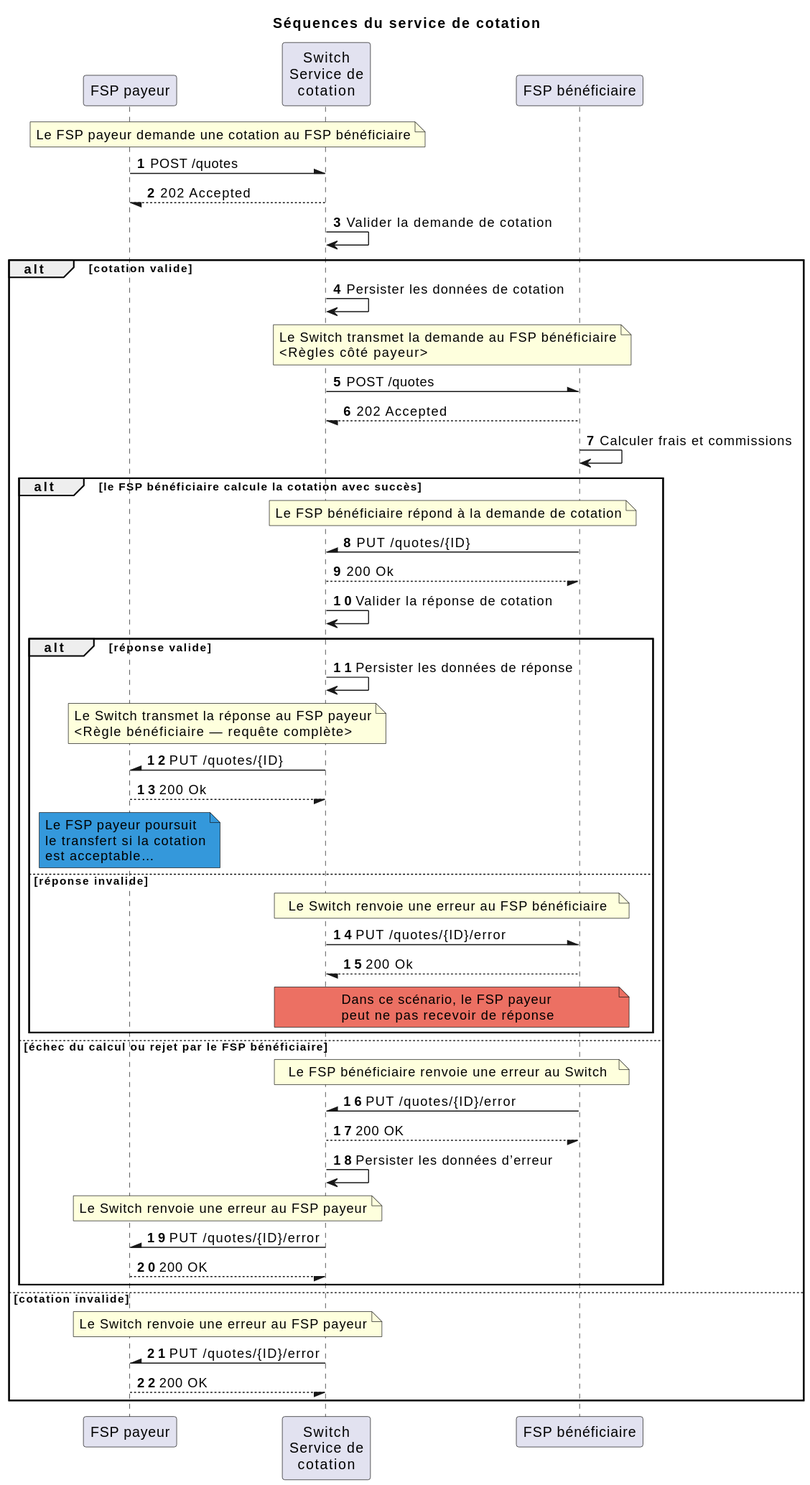
Above: docs/fr/technical/technical/quoting-service/assets/diagrams/sequence/seq-quotes-overview-1.0.0.svg in mojaloop/documentation (PlantUML), before the change. Its source is kept beside it as docs/fr/technical/technical/quoting-service/assets/diagrams/sequence/seq-quotes-overview-1.0.0.plantuml.
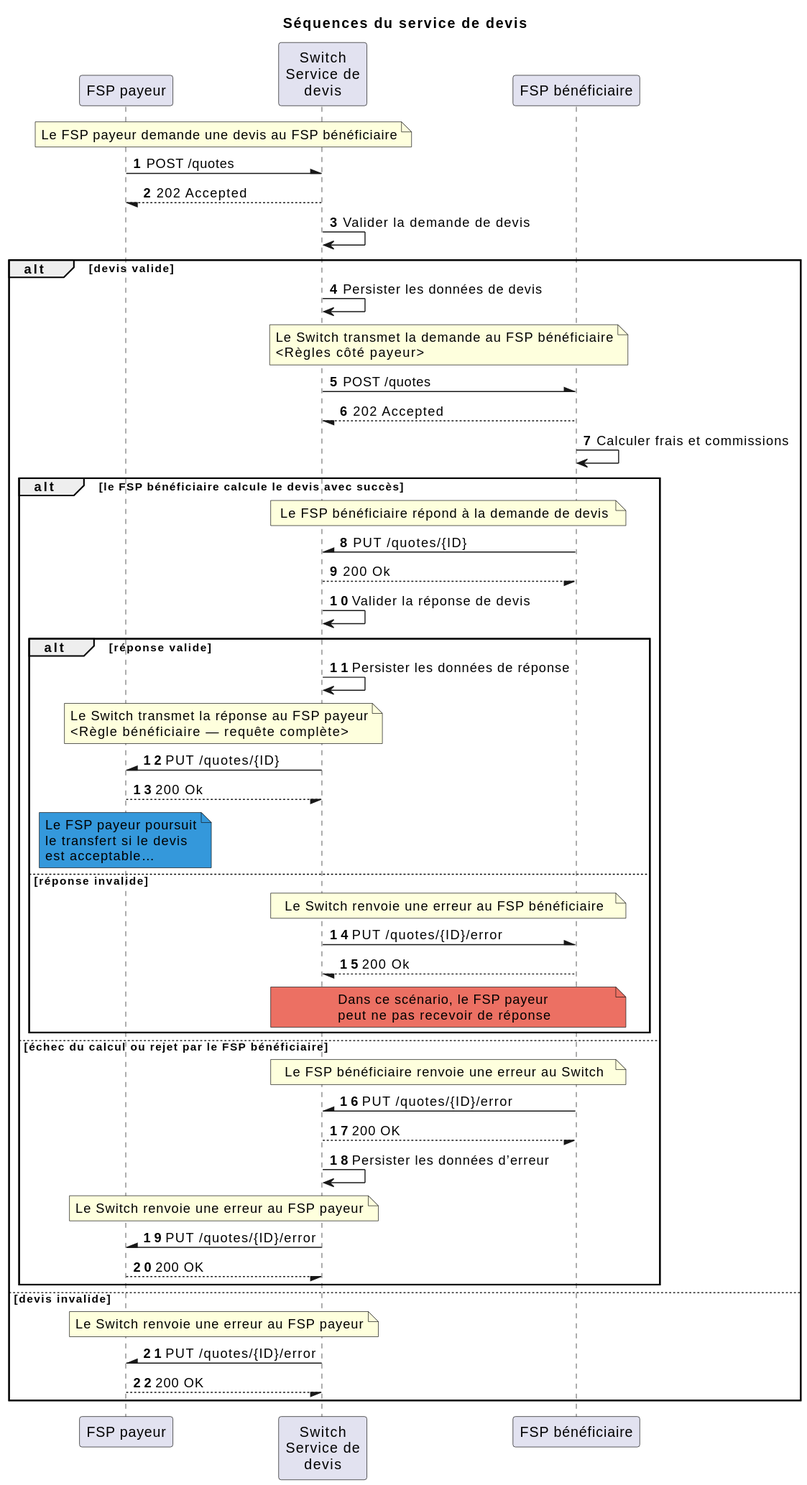
After the commit.

What changed in the source:
```diff
@@ -1,30 +1,30 @@
 @startuml
-Title Séquences du service de cotation
+Title Séquences du service de devis
 participant "FSP payeur"
-participant "Switch\nService de\ncotation" as Switch
+participant "Switch\nService de\ndevis" as Switch
 participant "FSP bénéficiaire"
 
 autonumber
-note over "FSP payeur", Switch: Le FSP payeur demande une cotation au FSP bénéficiaire
+note over "FSP payeur", Switch: Le FSP payeur demande une devis au FSP bénéficiaire
 "FSP payeur" -\ Switch: POST /quotes
 Switch --/ "FSP payeur": 202 Accepted
-Switch -> Switch: Valider la demande de cotation
+Switch -> Switch: Valider la demande de devis
 
-alt cotation valide
+alt devis valide
 
-    Switch -> Switch: Persister les données de cotation
+    Switch -> Switch: Persister les données de devis
     note over Switch, "FSP bénéficiaire": Le Switch transmet la demande au FSP bénéficiaire\n<Règles côté payeur>
     Switch -\ "FSP bénéficiaire": POST /quotes
     "FSP bénéficiaire" --/ Switch: 202 Accepted
     "FSP bénéficiaire" -> "FSP bénéficiaire": Calculer frais et commissions
 
-    alt le FSP bénéficiaire calcule la cotation avec succès
+    alt le FSP bénéficiaire calcule le devis avec succès
 
-        note over "FSP bénéficiaire", Switch: Le FSP bénéficiaire répond à la demande de cotation
+        note over "FSP bénéficiaire", Switch: Le FSP bénéficiaire répond à la demande de devis
         "FSP bénéficiaire" -\ Switch: PUT /quotes/{ID}
         Switch --/ "FSP bénéficiaire": 200 Ok
 
-        Switch -> Switch: Valider la réponse de cotation
+        Switch -> Switch: Valider la réponse de devis
 
         alt réponse valide
             Switch -> Switch: Persister les données de réponse
@@ -34,7 +34,7 @@
             Switch -\ "FSP payeur": PUT /quotes/{ID}
             "FSP payeur" --/ Switch: 200 Ok
 
-            note over "FSP payeur" #3498db: Le FSP payeur poursuit\nle transfert si la cotation\nest acceptable…
+            note over "FSP payeur" #3498db: Le FSP payeur poursuit\nle transfert si le devis\nest acceptable…
         else réponse invalide
 
             note over Switch, "FSP bénéficiaire": Le Switch renvoie une erreur au FSP bénéficiaire
@@ -59,7 +59,7 @@
         "FSP payeur" --/ Switch: 200 OK
 
     end
-else cotation invalide
+else devis invalide
     note over "FSP payeur", Switch: Le Switch renvoie une erreur au FSP payeur
     Switch -\ "FSP payeur": PUT /quotes/{ID}/error
     "FSP payeur" --/ Switch: 200 OK
```
